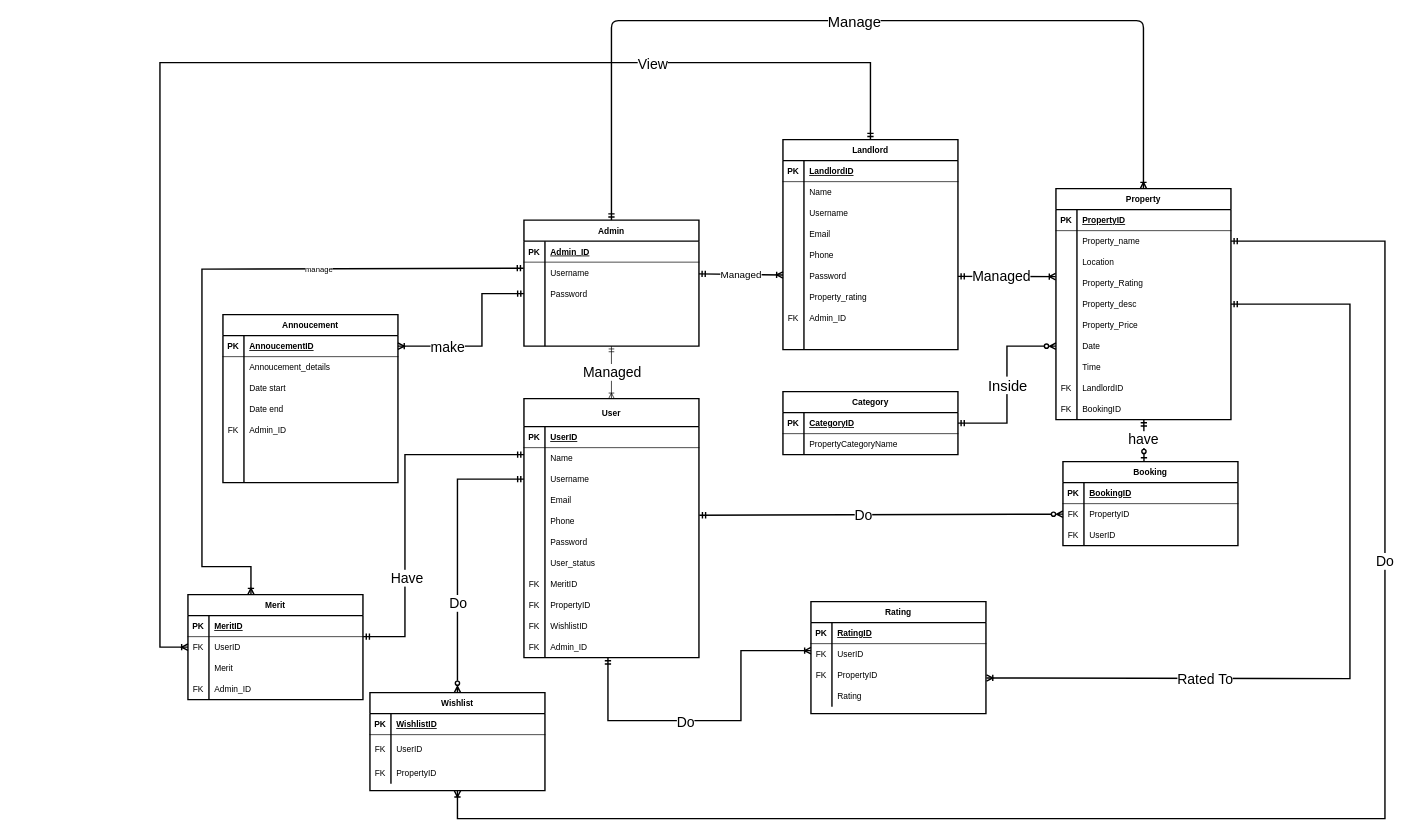
Above: DFD FYP/ERD.drawio in SNOW15782/Fyp (draw.io), before the change. Source tidied: cells renumbered, new cells numbered last; positions are measured from the earlier drawing's top-left corner, leaving out a move shared by most shapes. Both pictures are drawn from the tidied source at 70%, with x=0, y=0 at pixel (160, 20).
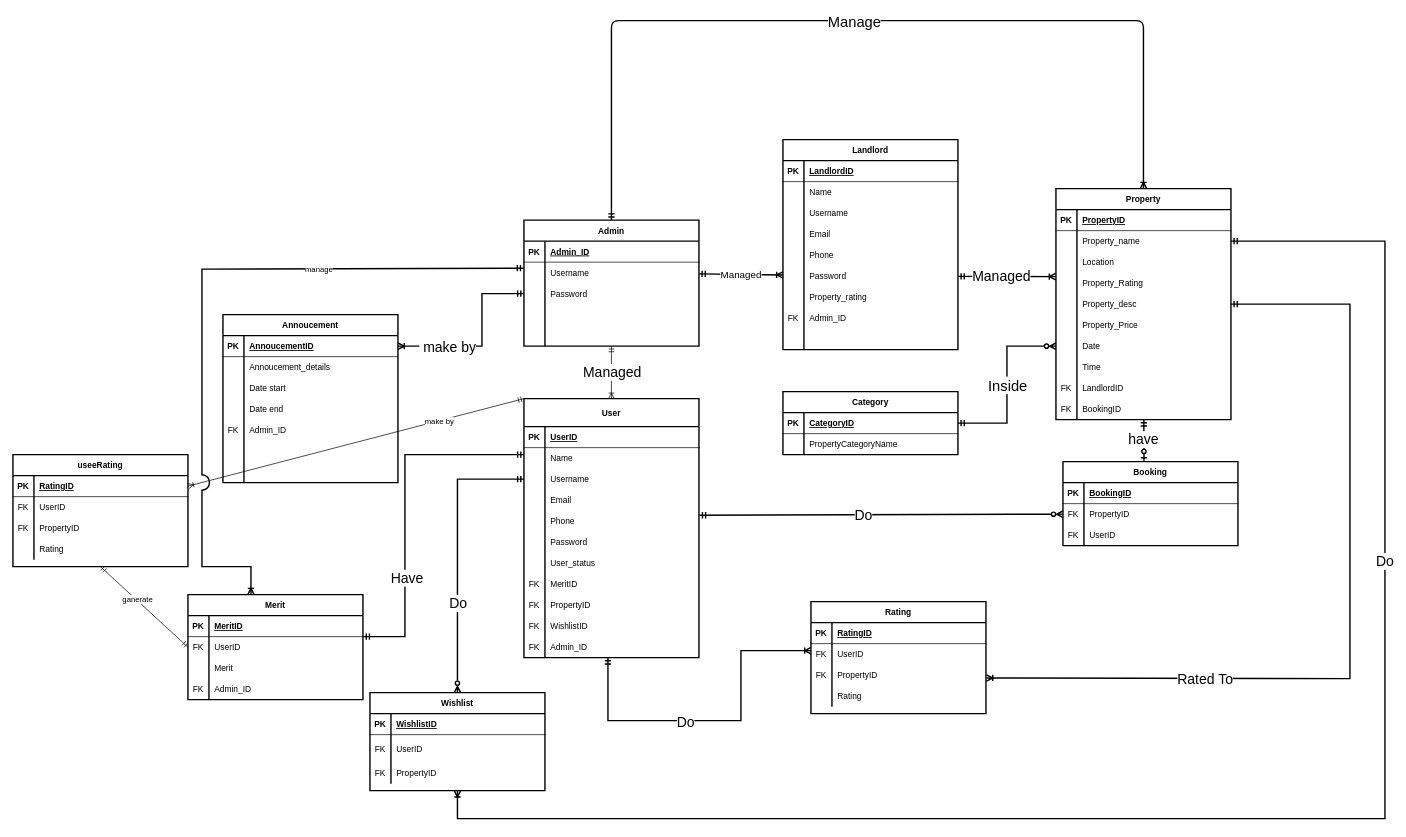
The same diagram, later.

Unchanged cells that the change refers to:
```xml
<mxCell id="8" style="shape=partialRectangle;fillColor=none;points=[[0,0.5],[1,0.5]];portConstraint=eastwest;top=0;left=0;right=0;bottom=0;" parent="4" vertex="1">
  <mxGeometry y="60" width="250" height="30" as="geometry" />
</mxCell>
<mxCell id="21" value="User" style="shape=table;startSize=40;childLayout=tableLayout;rowLines=0;fontStyle=1;align=center;strokeWidth=2;" parent="1" vertex="1">
  <mxGeometry x="520" y="540" width="250" height="370" as="geometry" />
</mxCell>
<mxCell id="111" value="Landlord" style="shape=table;startSize=30;childLayout=tableLayout;rowLines=0;fontStyle=1;align=center;strokeWidth=2;" parent="1" vertex="1">
  <mxGeometry x="890" y="170" width="250" height="300" as="geometry" />
</mxCell>
<mxCell id="205" style="edgeStyle=none;html=1;entryX=1;entryY=0.5;entryDx=0;entryDy=0;startArrow=ERmandOne;startFill=0;endArrow=ERoneToMany;endFill=0;exitX=0;exitY=0.5;exitDx=0;exitDy=0;rounded=0;strokeWidth=2;" parent="1" edge="1" source="100" target="66">
  <mxGeometry relative="1" as="geometry">
    <Array as="points">
      <mxPoint x="460" y="390" />
      <mxPoint x="460" y="465" />
    </Array>
  </mxGeometry>
</mxCell>
```

Diff of the diagram source:
```diff
@@
+    <mxCell id="216" style="edgeStyle=none;html=1;exitX=0;exitY=0;exitDx=0;exitDy=0;entryX=1;entryY=0.5;entryDx=0;entryDy=0;startArrow=ERmandOne;startFill=0;endArrow=ERoneToMany;endFill=0;" parent="1" edge="1" source="21" target="221">
+      <mxGeometry relative="1" as="geometry" />
+    </mxCell>
+    <mxCell id="217" value="make by" style="edgeLabel;html=1;align=center;verticalAlign=middle;" parent="216" vertex="1">
+      <mxGeometry x="-0.49" y="1" relative="1" as="geometry" />
+    </mxCell>
@@
-    <mxCell id="109" style="edgeStyle=none;rounded=0;html=1;entryX=0;entryY=0.5;entryDx=0;entryDy=0;startArrow=ERmandOne;startFill=0;endArrow=ERoneToMany;endFill=0;strokeWidth=2;exitX=0.5;exitY=0;exitDx=0;exitDy=0;" parent="1" edge="1" source="111" target="8">
-      <mxGeometry relative="1" as="geometry">
-        <Array as="points">
-          <mxPoint x="1015" y="60" />
-          <mxPoint x="540" y="60" />
-          <mxPoint y="60" />
-          <mxPoint y="210" />
-          <mxPoint y="895" />
-        </Array>
-      </mxGeometry>
-    </mxCell>
-    <mxCell id="110" value="&lt;font style=&quot;font-size: 20px;&quot;&gt;View&lt;/font&gt;" style="edgeLabel;html=1;align=center;verticalAlign=middle;" parent="109" vertex="1">
-      <mxGeometry x="-0.43" y="1" relative="1" as="geometry">
-        <mxPoint x="148" as="offset" />
-      </mxGeometry>
-    </mxCell>
@@
-    <mxCell id="206" value="&lt;font style=&quot;font-size: 20px;&quot;&gt;make&lt;/font&gt;" style="edgeLabel;html=1;align=center;verticalAlign=middle;" parent="205" vertex="1">
+    <mxCell id="206" value="&lt;span style=&quot;font-size: 20px;&quot;&gt;&amp;nbsp;make by&lt;/span&gt;" style="edgeLabel;html=1;align=center;verticalAlign=middle;" parent="205" vertex="1">
       <mxGeometry x="0.13" y="-2" relative="1" as="geometry">
         <mxPoint x="-41" y="2" as="offset" />
       </mxGeometry>
     </mxCell>
@@
+    <mxCell id="218" style="edgeStyle=none;html=1;exitX=0.5;exitY=1;exitDx=0;exitDy=0;entryX=0;entryY=0.5;entryDx=0;entryDy=0;startArrow=ERmandOne;startFill=0;endArrow=ERmandOne;endFill=0;" parent="1" edge="1" source="220" target="8">
+      <mxGeometry relative="1" as="geometry" />
+    </mxCell>
+    <mxCell id="219" value="ganerate" style="edgeLabel;html=1;align=center;verticalAlign=middle;" parent="218" vertex="1">
+      <mxGeometry x="-0.18" y="1" relative="1" as="geometry" />
+    </mxCell>
+    <mxCell id="220" value="useeRating" style="shape=table;startSize=30;childLayout=tableLayout;rowLines=0;fontStyle=1;align=center;strokeWidth=2;" parent="1" vertex="1">
+      <mxGeometry x="-210" y="620" width="250" height="160" as="geometry" />
+    </mxCell>
+    <mxCell id="221" style="shape=partialRectangle;fillColor=none;points=[[0,0.5],[1,0.5]];portConstraint=eastwest;top=0;left=0;right=0;bottom=1;" parent="220" vertex="1">
+      <mxGeometry y="30" width="250" height="30" as="geometry" />
+    </mxCell>
+    <mxCell id="222" value="PK" style="shape=partialRectangle;overflow=hidden;fillColor=none;top=0;left=0;bottom=0;right=0;fontStyle=1;" parent="221" vertex="1">
+      <mxGeometry width="30" height="30" as="geometry" />
+    </mxCell>
+    <mxCell id="223" value="RatingID" style="shape=partialRectangle;overflow=hidden;fillColor=none;top=0;left=0;bottom=0;right=0;align=left;spacingLeft=6;fontStyle=5;" parent="221" vertex="1">
+      <mxGeometry x="30" width="220" height="30" as="geometry" />
+    </mxCell>
+    <mxCell id="224" style="shape=partialRectangle;fillColor=none;top=0;left=0;right=0;bottom=0;" parent="220" vertex="1">
+      <mxGeometry y="60" width="250" height="30" as="geometry" />
+    </mxCell>
+    <mxCell id="225" value="FK" style="shape=partialRectangle;overflow=hidden;fillColor=none;top=0;left=0;bottom=0;right=0;" parent="224" vertex="1">
+      <mxGeometry width="30" height="30" as="geometry" />
+    </mxCell>
+    <mxCell id="226" value="UserID" style="shape=partialRectangle;overflow=hidden;fillColor=none;top=0;left=0;bottom=0;right=0;align=left;spacingLeft=6;" parent="224" vertex="1">
+      <mxGeometry x="30" width="220" height="30" as="geometry" />
+    </mxCell>
+    <mxCell id="227" style="shape=partialRectangle;fillColor=none;top=0;left=0;right=0;bottom=0;" parent="220" vertex="1">
+      <mxGeometry y="90" width="250" height="30" as="geometry" />
+    </mxCell>
+    <mxCell id="228" value="FK" style="shape=partialRectangle;overflow=hidden;fillColor=none;top=0;left=0;bottom=0;right=0;" parent="227" vertex="1">
+      <mxGeometry width="30" height="30" as="geometry" />
+    </mxCell>
+    <mxCell id="229" value="PropertyID" style="shape=partialRectangle;overflow=hidden;fillColor=none;top=0;left=0;bottom=0;right=0;align=left;spacingLeft=6;" parent="227" vertex="1">
+      <mxGeometry x="30" width="220" height="30" as="geometry" />
+    </mxCell>
+    <mxCell id="230" style="shape=partialRectangle;fillColor=none;top=0;left=0;right=0;bottom=0;" parent="220" vertex="1">
+      <mxGeometry y="120" width="250" height="30" as="geometry" />
+    </mxCell>
+    <mxCell id="231" style="shape=partialRectangle;overflow=hidden;fillColor=none;top=0;left=0;bottom=0;right=0;" parent="230" vertex="1">
+      <mxGeometry width="30" height="30" as="geometry" />
+    </mxCell>
+    <mxCell id="232" value="Rating" style="shape=partialRectangle;overflow=hidden;fillColor=none;top=0;left=0;bottom=0;right=0;align=left;spacingLeft=6;" parent="230" vertex="1">
+      <mxGeometry x="30" width="220" height="30" as="geometry" />
+    </mxCell>
```
